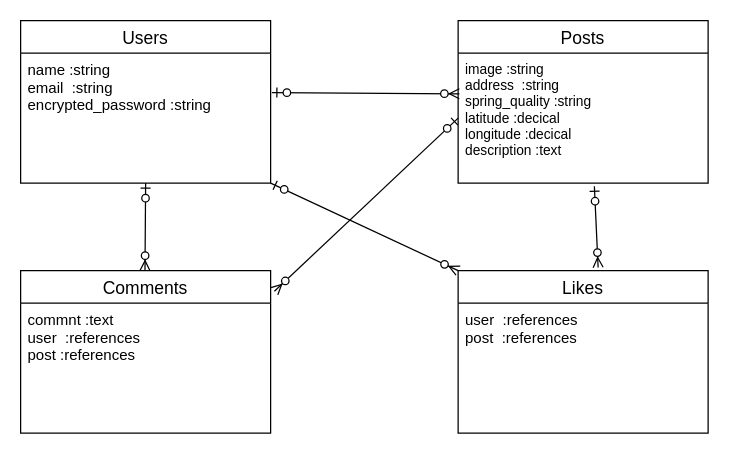
Before: test.dio in yudaiishiyama/onsen-app, a draw.io diagram. Source tidied: cells renumbered, new cells numbered last; positions are measured from the earlier drawing's top-left corner, leaving out a move shared by most shapes. Both pictures are drawn from the tidied source at 125%, with x=0, y=0 at pixel (20, 20).
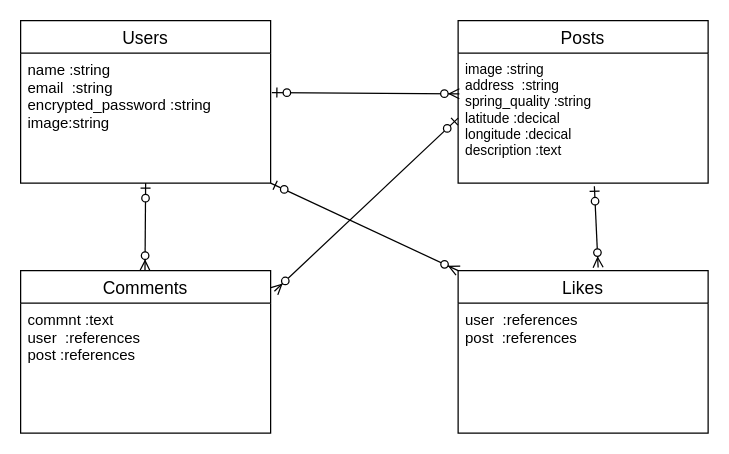
The same diagram, later.

Change to the diagram source:
```diff
@@
 <mxGraphModel>
   <root>
     <mxCell id="0" />
     <mxCell id="1" parent="0" />
     <mxCell id="2" value="Users" style="swimlane;fontStyle=0;horizontal=1;startSize=26;align=center;fontSize=14;" parent="1" vertex="1">
       <mxGeometry width="200" height="130" as="geometry" />
     </mxCell>
-    <mxCell id="3" value="name :string&#10;email  :string&#10;encrypted_password :string&#10;" style="text;strokeColor=none;fillColor=none;spacingLeft=4;spacingRight=4;overflow=hidden;points=[[0,0.5],[1,0.5]];portConstraint=eastwest;fontSize=12;" parent="2" vertex="1">
+    <mxCell id="3" value="name :string&#10;email  :string&#10;encrypted_password :string&#10;image:string" style="text;strokeColor=none;fillColor=none;spacingLeft=4;spacingRight=4;overflow=hidden;points=[[0,0.5],[1,0.5]];portConstraint=eastwest;fontSize=12;" parent="2" vertex="1">
       <mxGeometry y="26" width="200" height="104" as="geometry" />
     </mxCell>
     <mxCell id="4" value="Posts" style="swimlane;fontStyle=0;horizontal=1;startSize=26;align=center;fontSize=14;" parent="1" vertex="1">
       <mxGeometry x="350" width="200" height="130" as="geometry" />
     </mxCell>
     <mxCell id="5" value="image :string&#10;address  :string&#10;spring_quality :string&#10;latitude :decical&#10;longitude :decical&#10;description :text&#10;&#10;" style="text;strokeColor=none;fillColor=none;spacingLeft=4;spacingRight=4;overflow=hidden;points=[[0,0.5],[1,0.5]];portConstraint=eastwest;fontSize=11;strokeWidth=2;" parent="4" vertex="1">
       <mxGeometry y="26" width="200" height="104" as="geometry" />
     </mxCell>
     <mxCell id="6" value="Comments" style="swimlane;fontStyle=0;horizontal=1;startSize=26;align=center;fontSize=14;" parent="1" vertex="1">
       <mxGeometry y="200" width="200" height="130" as="geometry" />
     </mxCell>
     <mxCell id="7" value="commnt :text&#10;user  :references&#10;post :references&#10;" style="text;strokeColor=none;fillColor=none;spacingLeft=4;spacingRight=4;overflow=hidden;fontSize=12;" parent="6" vertex="1">
       <mxGeometry y="26" width="200" height="104" as="geometry" />
     </mxCell>
     <mxCell id="8" value="Likes" style="swimlane;fontStyle=0;horizontal=1;startSize=26;align=center;fontSize=14;" parent="1" vertex="1">
       <mxGeometry x="350" y="200" width="200" height="130" as="geometry" />
     </mxCell>
     <mxCell id="9" value="user  :references&#10;post  :references" style="text;strokeColor=none;fillColor=none;spacingLeft=4;spacingRight=4;overflow=hidden;fontSize=12;" parent="8" vertex="1">
       <mxGeometry y="26" width="200" height="104" as="geometry" />
     </mxCell>
     <mxCell id="10" style="fontSize=12;html=1;endArrow=ERzeroToMany;startArrow=ERzeroToOne;" parent="1" edge="1">
       <mxGeometry relative="1" as="geometry">
         <mxPoint x="100" y="130" as="sourcePoint" />
         <mxPoint x="99.5" y="200" as="targetPoint" />
       </mxGeometry>
     </mxCell>
     <mxCell id="11" style="fontSize=12;html=1;endArrow=ERzeroToMany;startArrow=ERzeroToOne;entryX=1.015;entryY=0.127;entryDx=0;entryDy=0;entryPerimeter=0;exitX=0;exitY=0.5;exitDx=0;exitDy=0;" parent="1" edge="1" source="5" target="6">
       <mxGeometry relative="1" as="geometry" />
     </mxCell>
     <mxCell id="12" style="fontSize=12;html=1;endArrow=ERzeroToMany;startArrow=ERzeroToOne;entryX=0.005;entryY=0.313;entryDx=0;entryDy=0;entryPerimeter=0;exitX=1.005;exitY=0.303;exitDx=0;exitDy=0;exitPerimeter=0;" parent="1" edge="1" source="3" target="5">
       <mxGeometry relative="1" as="geometry" />
     </mxCell>
     <mxCell id="13" style="fontSize=12;html=1;endArrow=ERzeroToMany;startArrow=ERzeroToOne;entryX=0;entryY=0;entryDx=0;entryDy=0;exitX=1.005;exitY=0.303;exitDx=0;exitDy=0;exitPerimeter=0;" parent="1" edge="1" target="8">
       <mxGeometry relative="1" as="geometry">
         <mxPoint x="200" y="130" as="sourcePoint" />
       </mxGeometry>
     </mxCell>
     <mxCell id="14" style="fontSize=12;html=1;endArrow=ERzeroToMany;startArrow=ERzeroToOne;exitX=0.545;exitY=1.024;exitDx=0;exitDy=0;exitPerimeter=0;entryX=0.56;entryY=-0.019;entryDx=0;entryDy=0;entryPerimeter=0;" parent="1" edge="1" source="5" target="8">
       <mxGeometry relative="1" as="geometry" />
     </mxCell>
   </root>
 </mxGraphModel>
```
